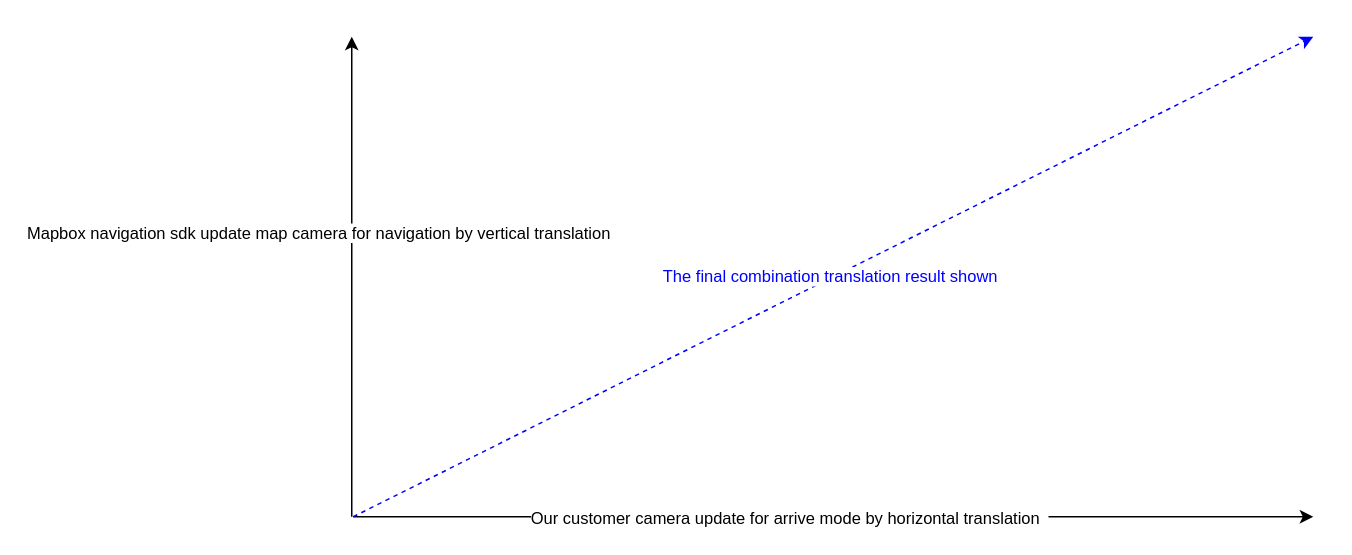
Earlier version of the draw.io diagram navigation combination camera.drawio (peytonwupeixin/Draw-IO-Store). Source tidied: cells renumbered, new cells numbered last; positions are measured from the earlier drawing's top-left corner, leaving out a move shared by most shapes. Both pictures are drawn from the tidied source at 150%, with x=0, y=0 at pixel (351, 36).
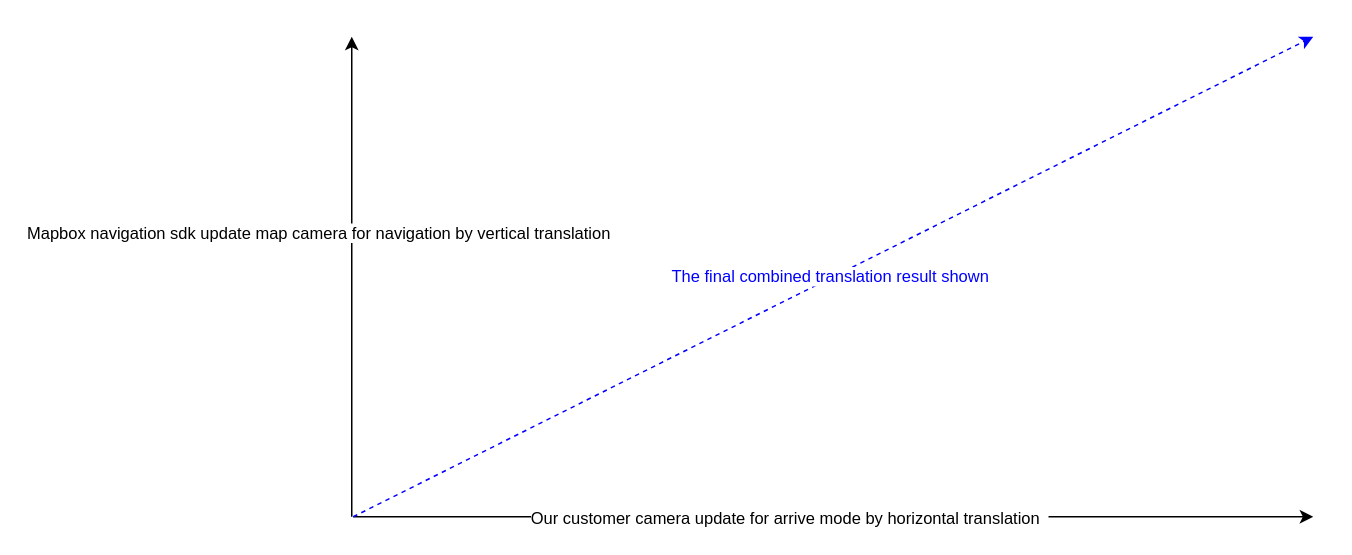
Above is the later version.

Change to the diagram source:
```diff
@@
 <mxGraphModel>
   <root>
     <mxCell id="0" />
     <mxCell id="1" parent="0" />
     <mxCell id="2" style="endArrow=classic;html=1;" parent="1" edge="1">
       <mxGeometry relative="1" as="geometry">
         <mxPoint x="1" y="320" as="sourcePoint" />
         <mxPoint x="641" y="320" as="targetPoint" />
       </mxGeometry>
     </mxCell>
     <mxCell id="3" value="Our customer camera update for arrive mode by horizontal translation &amp;nbsp;" style="edgeLabel;html=1;align=center;verticalAlign=middle;" parent="2" vertex="1">
       <mxGeometry x="-0.11" y="-3" relative="1" as="geometry">
         <mxPoint x="5" y="-3" as="offset" />
       </mxGeometry>
     </mxCell>
     <mxCell id="4" style="endArrow=classic;html=1;" parent="1" edge="1">
       <mxGeometry relative="1" as="geometry">
         <mxPoint y="320" as="sourcePoint" />
         <mxPoint as="targetPoint" />
       </mxGeometry>
     </mxCell>
     <mxCell id="5" value="Mapbox navigation sdk update map camera for navigation by vertical translation &amp;nbsp;" style="edgeLabel;html=1;align=center;verticalAlign=middle;" parent="4" vertex="1">
       <mxGeometry relative="1" as="geometry">
         <mxPoint x="-20" y="-30" as="offset" />
       </mxGeometry>
     </mxCell>
     <mxCell id="6" style="endArrow=classic;html=1;dashed=1;strokeColor=#0000FF;" parent="1" edge="1">
       <mxGeometry relative="1" as="geometry">
         <mxPoint x="1" y="320" as="sourcePoint" />
         <mxPoint x="641" as="targetPoint" />
       </mxGeometry>
     </mxCell>
-    <mxCell id="7" value="The final&amp;nbsp;combination translation result shown&amp;nbsp;&amp;nbsp;" style="edgeLabel;html=1;align=center;verticalAlign=middle;fontColor=#0000FF;" parent="6" vertex="1">
+    <mxCell id="7" value="The final&amp;nbsp;combined translation result shown&amp;nbsp;&amp;nbsp;" style="edgeLabel;html=1;align=center;verticalAlign=middle;fontColor=#0000FF;" parent="6" vertex="1">
       <mxGeometry relative="1" as="geometry" />
     </mxCell>
   </root>
 </mxGraphModel>
```
